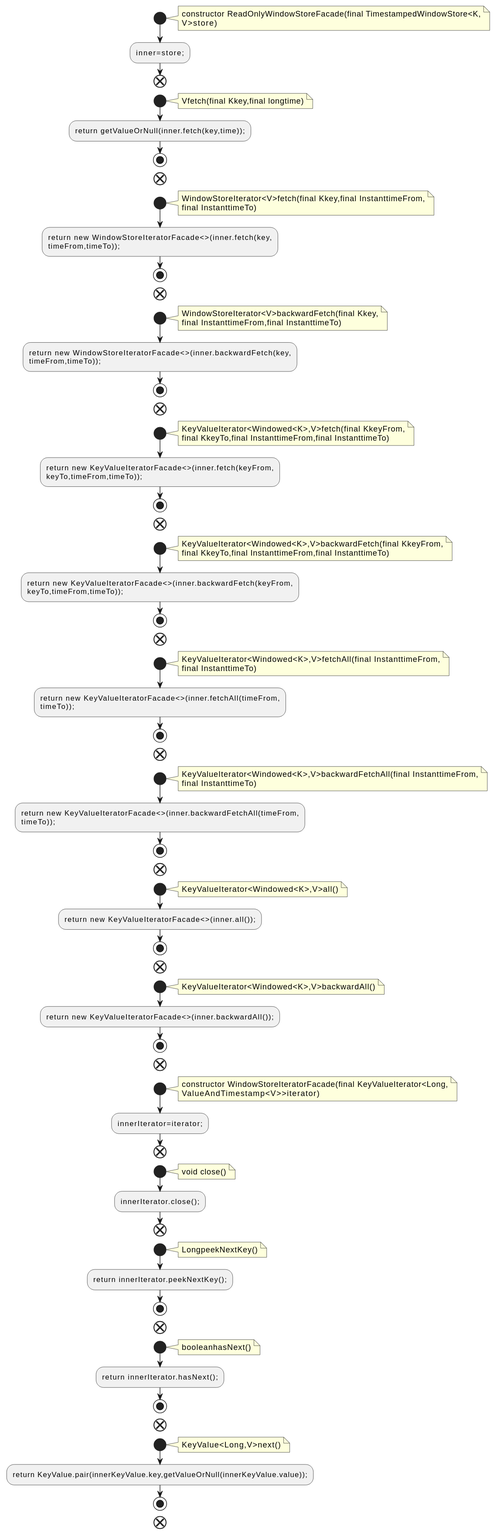
Earlier version of the PlantUML export docs/qc/streams/src/main/java/org/apache/kafka/streams/state/internals/ReadOnlyWindowStoreFacade.java.fct.svg (qualitesys/kafka).
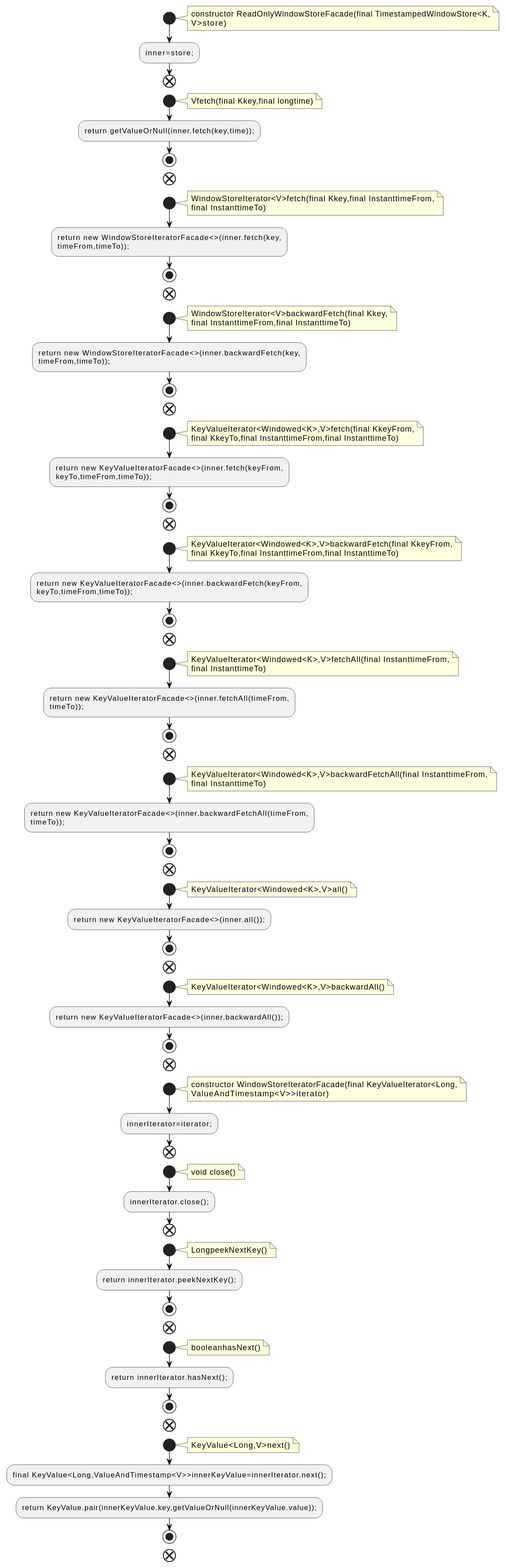
After the commit.

Diff of the diagram source:
```diff
@@ -113,6 +113,7 @@
 note right
 KeyValue<Long,V>next()
 end note
+:final KeyValue<Long,ValueAndTimestamp<V>>innerKeyValue=innerIterator.next();;
 :return KeyValue.pair(innerKeyValue.key,getValueOrNull(innerKeyValue.value));;
 stop
 end
```
